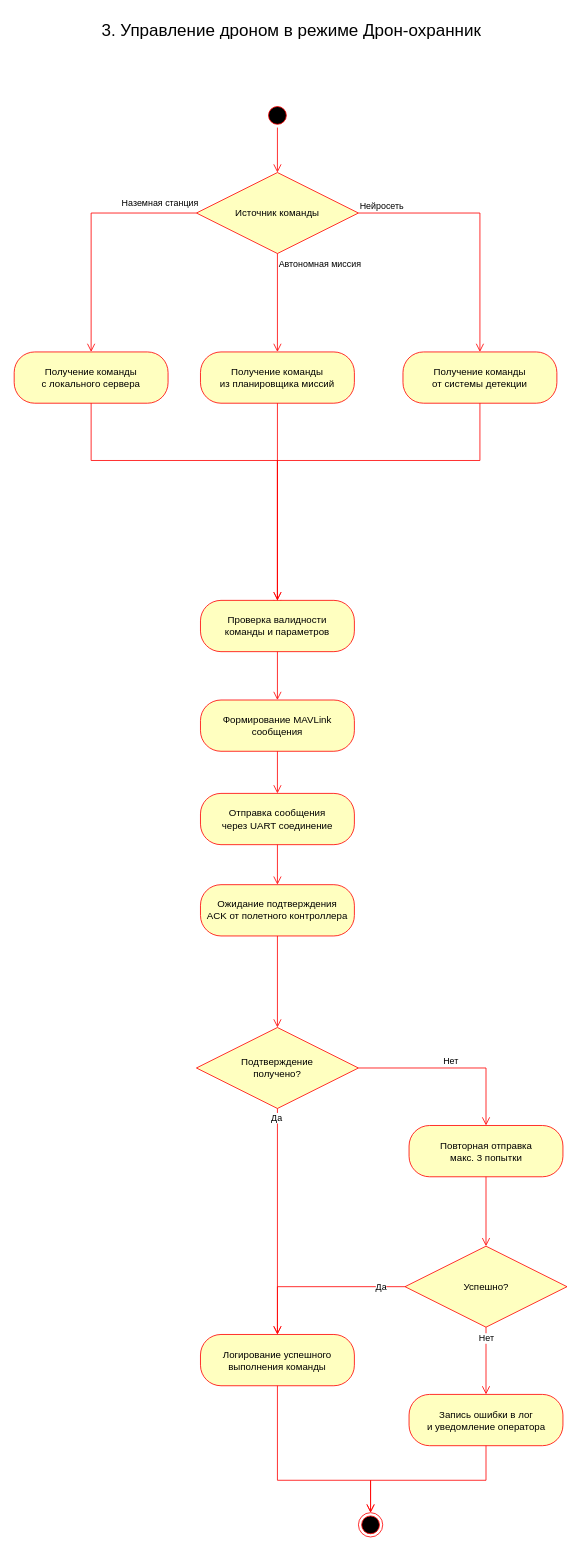
Earlier version of the draw.io diagram src/diagrams/uml-activity/activity3.drawio (zimkov/system-engineering-playbook). Source tidied: cells renumbered, new cells numbered last; positions are measured from the earlier drawing's top-left corner, leaving out a move shared by most shapes. Both pictures are drawn from the tidied source at 81%, with x=0, y=0 at pixel (14, 14).
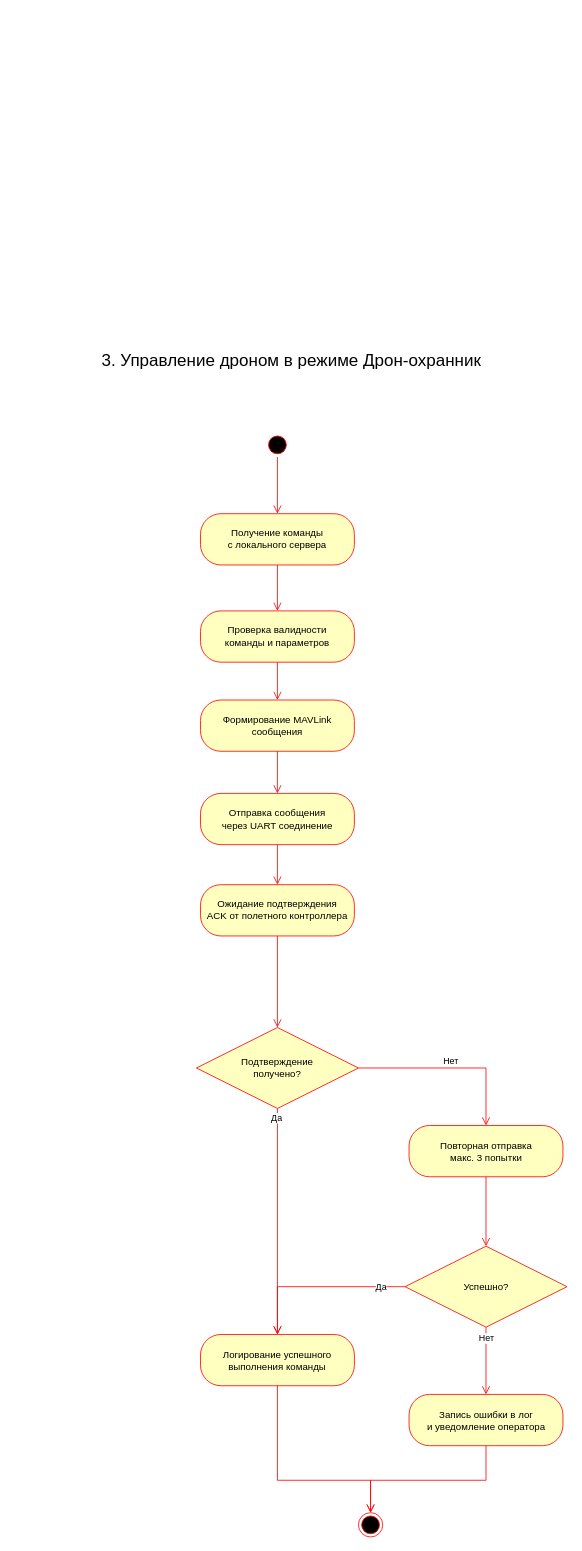
The same diagram, later.

Diff of the diagram source:
```diff
@@
     <mxCell id="2" value="&lt;div&gt;3. Управление дроном в режиме Дрон-охранник&lt;/div&gt;" style="text;html=1;align=center;verticalAlign=middle;strokeColor=none;fillColor=none;fontSize=21;" parent="1" vertex="1">
-      <mxGeometry x="97" width="490" height="40" as="geometry" />
+      <mxGeometry x="97" y="406.7" width="490" height="40" as="geometry" />
     </mxCell>
     <mxCell id="3" style="ellipse;html=1;shape=startState;fillColor=#000000;strokeColor=#ff0000;" parent="1" vertex="1">
-      <mxGeometry x="310" y="110" width="30" height="30" as="geometry" />
+      <mxGeometry x="310" y="516.7" width="30" height="30" as="geometry" />
     </mxCell>
-    <mxCell id="4" style="edgeStyle=orthogonalEdgeStyle;html=1;verticalAlign=bottom;endArrow=open;endSize=8;strokeColor=#ff0000;rounded=0;" parent="1" edge="1" source="3" target="5">
+    <mxCell id="4" style="edgeStyle=orthogonalEdgeStyle;html=1;verticalAlign=bottom;endArrow=open;endSize=8;strokeColor=#ff0000;rounded=0;" parent="1" edge="1" source="3" target="8">
       <mxGeometry relative="1" as="geometry" />
     </mxCell>
-    <mxCell id="5" value="&lt;font style=&quot;color: rgb(0, 0, 0);&quot;&gt;Источник команды&lt;/font&gt;" style="rhombus;whiteSpace=wrap;html=1;fontColor=#000000;fillColor=#ffffc0;strokeColor=#ff0000;" parent="1" vertex="1">
-      <mxGeometry x="225" y="195.5" width="200" height="100" as="geometry" />
-    </mxCell>
-    <mxCell id="6" value="&lt;span style=&quot;text-align: center;&quot;&gt;Нейросеть&lt;/span&gt;" style="edgeStyle=orthogonalEdgeStyle;html=1;align=left;verticalAlign=bottom;endArrow=open;endSize=8;strokeColor=#ff0000;rounded=0;" parent="1" edge="1" source="5" target="12">
-      <mxGeometry x="-1" relative="1" as="geometry" />
-    </mxCell>
-    <mxCell id="7" value="&lt;span style=&quot;text-align: center;&quot;&gt;Автономная миссия&lt;/span&gt;" style="edgeStyle=orthogonalEdgeStyle;html=1;align=left;verticalAlign=top;endArrow=open;endSize=8;strokeColor=#ff0000;rounded=0;" parent="1" edge="1" source="5" target="10">
-      <mxGeometry x="-1" relative="1" as="geometry" />
-    </mxCell>
     <mxCell id="8" value="&lt;font style=&quot;color: rgb(0, 0, 0);&quot;&gt;Получение команды&lt;br style=&quot;padding: 0px; margin: 0px;&quot;&gt;с локального сервера&lt;/font&gt;" style="rounded=1;whiteSpace=wrap;html=1;arcSize=40;fontColor=#000000;fillColor=#ffffc0;strokeColor=#ff0000;" parent="1" vertex="1">
-      <mxGeometry y="417" width="190" height="63.3" as="geometry" />
+      <mxGeometry x="230" y="616.7" width="190" height="63.3" as="geometry" />
     </mxCell>
-    <mxCell id="9" style="edgeStyle=orthogonalEdgeStyle;html=1;verticalAlign=bottom;endArrow=open;endSize=8;strokeColor=#ff0000;rounded=0;exitX=0.5;exitY=1;exitDx=0;exitDy=0;" parent="1" edge="1" source="8">
-      <mxGeometry relative="1" as="geometry">
-        <mxPoint x="325" y="733.3" as="targetPoint" />
-        <Array as="points">
-          <mxPoint x="95" y="551" />
-          <mxPoint x="325" y="551" />
-        </Array>
-      </mxGeometry>
-    </mxCell>
-    <mxCell id="10" value="&lt;font style=&quot;color: rgb(0, 0, 0);&quot;&gt;Получение команды&lt;br style=&quot;padding: 0px; margin: 0px;&quot;&gt;из планировщика миссий&lt;/font&gt;" style="rounded=1;whiteSpace=wrap;html=1;arcSize=40;fontColor=#000000;fillColor=#ffffc0;strokeColor=#ff0000;" parent="1" vertex="1">
-      <mxGeometry x="230" y="417" width="190" height="63.3" as="geometry" />
-    </mxCell>
-    <mxCell id="11" style="edgeStyle=orthogonalEdgeStyle;html=1;verticalAlign=bottom;endArrow=open;endSize=8;strokeColor=#ff0000;rounded=0;" parent="1" edge="1" source="10" target="16">
-      <mxGeometry relative="1" as="geometry" />
-    </mxCell>
-    <mxCell id="12" value="&lt;font style=&quot;color: rgb(0, 0, 0);&quot;&gt;Получение команды&lt;br style=&quot;padding: 0px; margin: 0px;&quot;&gt;от системы детекции&lt;/font&gt;" style="rounded=1;whiteSpace=wrap;html=1;arcSize=40;fontColor=#000000;fillColor=#ffffc0;strokeColor=#ff0000;" parent="1" vertex="1">
-      <mxGeometry x="480" y="417" width="190" height="63.3" as="geometry" />
-    </mxCell>
-    <mxCell id="13" style="edgeStyle=orthogonalEdgeStyle;html=1;verticalAlign=bottom;endArrow=open;endSize=8;strokeColor=#ff0000;rounded=0;exitX=0.5;exitY=1;exitDx=0;exitDy=0;" parent="1" edge="1" source="12" target="16">
-      <mxGeometry relative="1" as="geometry">
-        <Array as="points">
-          <mxPoint x="575" y="551" />
-          <mxPoint x="325" y="551" />
-        </Array>
-      </mxGeometry>
-    </mxCell>
-    <mxCell id="14" style="edgeStyle=orthogonalEdgeStyle;html=1;verticalAlign=bottom;endArrow=open;endSize=8;strokeColor=#ff0000;rounded=0;exitX=0;exitY=0.5;exitDx=0;exitDy=0;" parent="1" edge="1" source="5" target="8">
-      <mxGeometry relative="1" as="geometry" />
-    </mxCell>
-    <mxCell id="15" value="Наземная станция" style="edgeLabel;html=1;align=center;verticalAlign=middle;" parent="14" vertex="1">
-      <mxGeometry x="-0.87" y="-1" relative="1" as="geometry">
-        <mxPoint x="-26" y="-12" as="offset" />
-      </mxGeometry>
-    </mxCell>
     <mxCell id="16" value="&lt;font style=&quot;color: rgb(0, 0, 0);&quot;&gt;Проверка валидности&lt;br style=&quot;padding: 0px; margin: 0px;&quot;&gt;команды и параметров&lt;/font&gt;" style="rounded=1;whiteSpace=wrap;html=1;arcSize=40;fontColor=#000000;fillColor=#ffffc0;strokeColor=#ff0000;" parent="1" vertex="1">
-      <mxGeometry x="230" y="723.7" width="190" height="63.3" as="geometry" />
+      <mxGeometry x="230" y="736.7" width="190" height="63.3" as="geometry" />
     </mxCell>
@@
+    <mxCell id="40" style="edgeStyle=orthogonalEdgeStyle;html=1;verticalAlign=bottom;endArrow=open;endSize=8;strokeColor=#ff0000;rounded=0;" parent="1" edge="1" source="8" target="16">
+      <mxGeometry relative="1" as="geometry" />
+    </mxCell>
```
